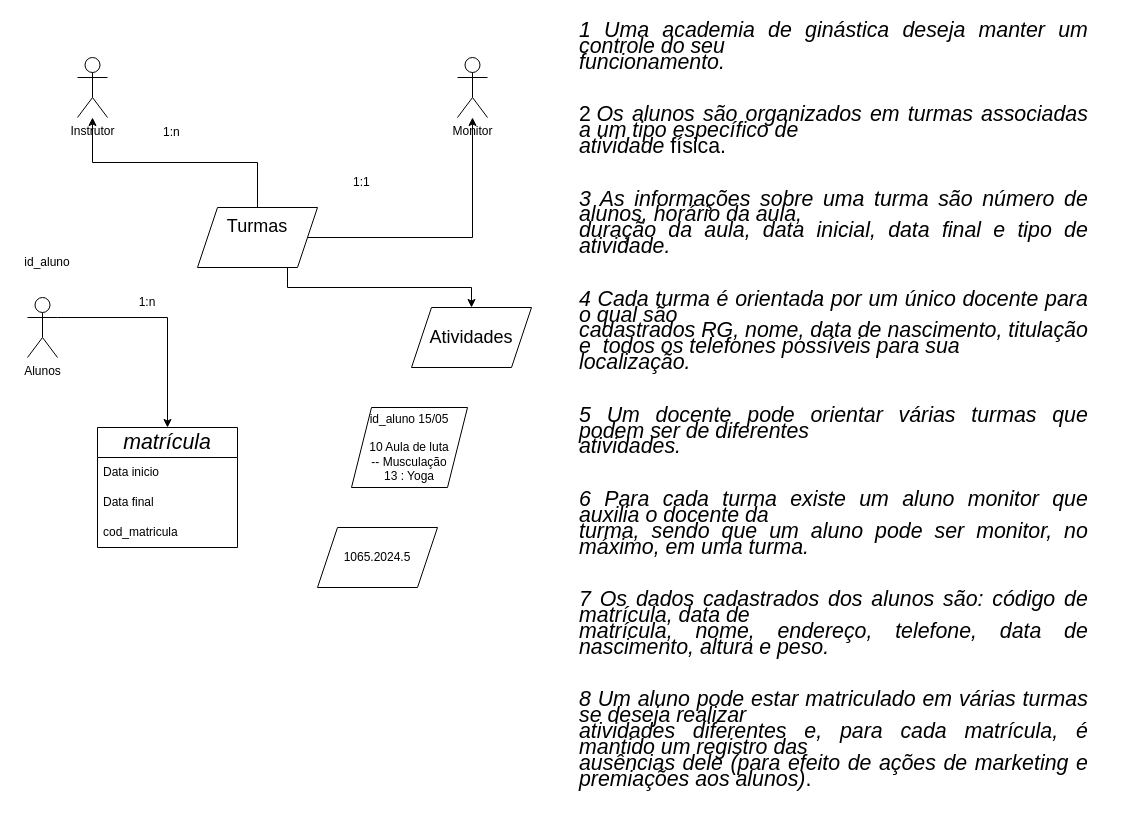
Manuelalviana/Diagramas_draw keeps this draw.io diagram as Diagrama sem nome.drawio. Above is the earlier version. Source tidied: cells renumbered, new cells numbered last; positions are measured from the earlier drawing's top-left corner, leaving out a move shared by most shapes. Both pictures are drawn from the tidied source at 100%, with x=0, y=0 at pixel (17, 17).
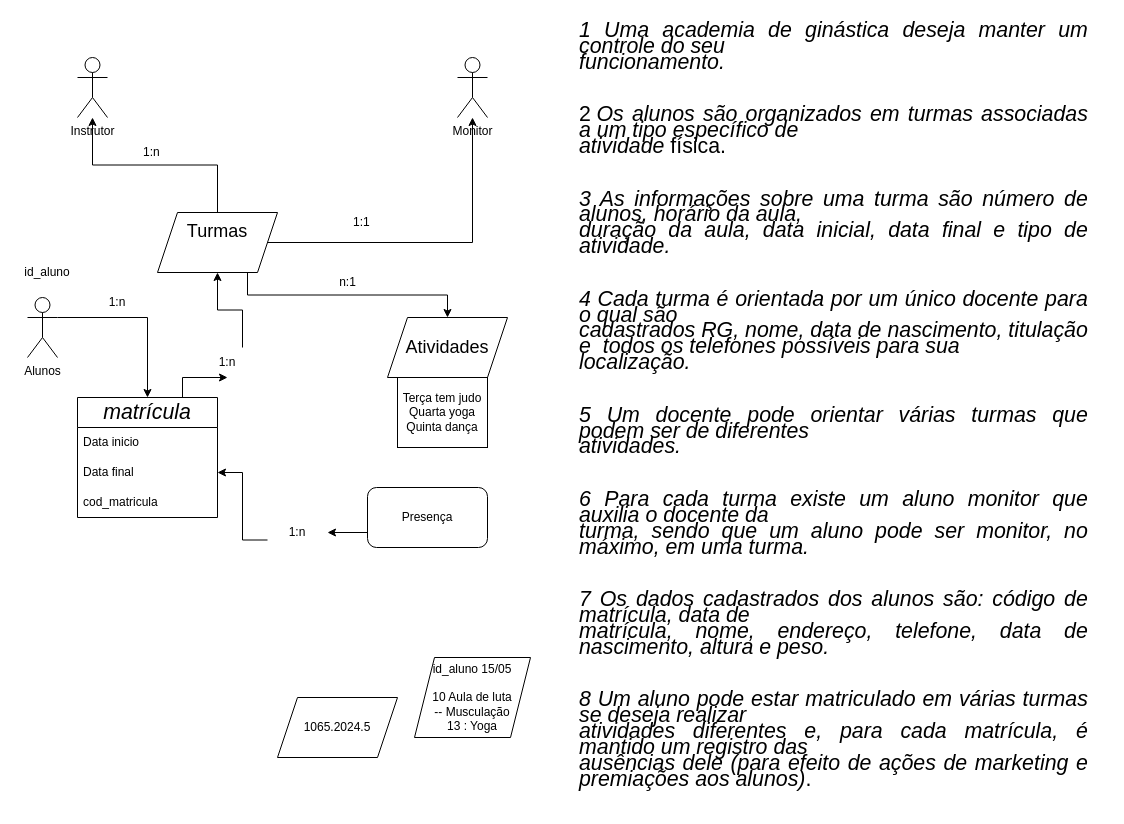
The same diagram, later.

The change refers to these unchanged cells:
```xml
<mxCell id="18" value="Data final" style="text;strokeColor=none;fillColor=none;align=left;verticalAlign=middle;spacingLeft=4;spacingRight=4;overflow=hidden;points=[[0,0.5],[1,0.5]];portConstraint=eastwest;whiteSpace=wrap;html=1;" parent="16" vertex="1">
  <mxGeometry y="60" width="140" height="30" as="geometry" />
</mxCell>
```

Change to the diagram source:
```diff
@@
     <mxCell id="7" value="&lt;font style=&quot;font-size: 18px;&quot;&gt;Turmas&lt;br&gt;&lt;br&gt;&lt;/font&gt;" style="shape=parallelogram;perimeter=parallelogramPerimeter;whiteSpace=wrap;html=1;fixedSize=1;" parent="1" vertex="1">
-      <mxGeometry x="180" y="190" width="120" height="60" as="geometry" />
+      <mxGeometry x="140" y="195" width="120" height="60" as="geometry" />
     </mxCell>
@@
     <mxCell id="10" value="&lt;font style=&quot;font-size: 18px;&quot;&gt;Atividades&lt;/font&gt;" style="shape=parallelogram;perimeter=parallelogramPerimeter;whiteSpace=wrap;html=1;fixedSize=1;" parent="1" vertex="1">
-      <mxGeometry x="394" y="290" width="120" height="60" as="geometry" />
+      <mxGeometry x="370" y="300" width="120" height="60" as="geometry" />
     </mxCell>
@@
     <mxCell id="12" value="1:n" style="text;strokeColor=none;fillColor=none;align=left;verticalAlign=middle;spacingLeft=4;spacingRight=4;overflow=hidden;whiteSpace=wrap;html=1;" parent="1" vertex="1">
-      <mxGeometry x="140" y="100" width="80" height="30" as="geometry" />
+      <mxGeometry x="120" y="120" width="80" height="30" as="geometry" />
     </mxCell>
     <mxCell id="13" value="1:1" style="text;strokeColor=none;fillColor=none;align=left;verticalAlign=middle;spacingLeft=4;spacingRight=4;overflow=hidden;whiteSpace=wrap;html=1;" parent="1" vertex="1">
-      <mxGeometry x="330" y="150" width="80" height="30" as="geometry" />
+      <mxGeometry x="330" y="190" width="80" height="30" as="geometry" />
     </mxCell>
     <mxCell id="14" value="1:n" style="text;html=1;align=center;verticalAlign=middle;whiteSpace=wrap;rounded=0;" parent="1" vertex="1">
-      <mxGeometry x="100" y="270" width="60" height="30" as="geometry" />
+      <mxGeometry x="70" y="270" width="60" height="30" as="geometry" />
     </mxCell>
     <mxCell id="15" value="id_aluno" style="text;html=1;align=center;verticalAlign=middle;whiteSpace=wrap;rounded=0;" parent="1" vertex="1">
-      <mxGeometry y="230" width="60" height="30" as="geometry" />
+      <mxGeometry y="240" width="60" height="30" as="geometry" />
     </mxCell>
+    <mxCell id="22" style="edgeStyle=orthogonalEdgeStyle;rounded=0;jettySize=auto;html=1;exitX=0.75;exitY=0;exitDx=0;exitDy=0;" parent="1" edge="1" source="26" target="7">
+      <mxGeometry relative="1" as="geometry" />
+    </mxCell>
     <mxCell id="16" value="&lt;span style=&quot;font-family: Calibri; font-size: 21.3333px; font-style: italic; text-align: justify;&quot;&gt;matrícula&lt;/span&gt;" style="swimlane;fontStyle=0;horizontal=1;startSize=30;whiteSpace=wrap;html=1;" parent="1" vertex="1">
-      <mxGeometry x="80" y="410" width="140" height="120" as="geometry" />
+      <mxGeometry x="60" y="380" width="140" height="120" as="geometry" />
     </mxCell>
@@
     <mxCell id="20" value="id_aluno 15/05&lt;div&gt;&lt;br&gt;10 Aula de luta&lt;br&gt;-- Musculação&lt;br&gt;13 : Yoga&lt;/div&gt;" style="shape=parallelogram;perimeter=parallelogramPerimeter;whiteSpace=wrap;html=1;fixedSize=1;" parent="1" vertex="1">
-      <mxGeometry x="334" y="390" width="116" height="80" as="geometry" />
+      <mxGeometry x="397" y="640" width="116" height="80" as="geometry" />
     </mxCell>
     <mxCell id="21" value="1065.2024.5" style="shape=parallelogram;perimeter=parallelogramPerimeter;whiteSpace=wrap;html=1;fixedSize=1;" parent="1" vertex="1">
-      <mxGeometry x="300" y="510" width="120" height="60" as="geometry" />
+      <mxGeometry x="260" y="680" width="120" height="60" as="geometry" />
     </mxCell>
+    <mxCell id="23" style="edgeStyle=orthogonalEdgeStyle;rounded=0;jettySize=auto;html=1;exitX=0;exitY=0.75;exitDx=0;exitDy=0;" parent="1" edge="1" source="28" target="18">
+      <mxGeometry relative="1" as="geometry" />
+    </mxCell>
+    <mxCell id="24" value="Presença" style="rounded=1;whiteSpace=wrap;html=1;" parent="1" vertex="1">
+      <mxGeometry x="350" y="470" width="120" height="60" as="geometry" />
+    </mxCell>
+    <mxCell id="25" style="edgeStyle=orthogonalEdgeStyle;rounded=0;jettySize=auto;html=1;exitX=0.75;exitY=0;exitDx=0;exitDy=0;" parent="1" edge="1" source="16" target="26">
+      <mxGeometry relative="1" as="geometry" />
+    </mxCell>
+    <mxCell id="26" value="1:n" style="text;html=1;align=center;verticalAlign=middle;whiteSpace=wrap;rounded=0;" parent="1" vertex="1">
+      <mxGeometry x="180" y="330" width="60" height="30" as="geometry" />
+    </mxCell>
+    <mxCell id="27" style="edgeStyle=orthogonalEdgeStyle;rounded=0;jettySize=auto;html=1;exitX=0;exitY=0.75;exitDx=0;exitDy=0;" parent="1" edge="1" source="24" target="28">
+      <mxGeometry relative="1" as="geometry" />
+    </mxCell>
+    <mxCell id="28" value="1:n" style="text;html=1;align=center;verticalAlign=middle;whiteSpace=wrap;rounded=0;" parent="1" vertex="1">
+      <mxGeometry x="250" y="500" width="60" height="30" as="geometry" />
+    </mxCell>
+    <mxCell id="29" value="Terça tem judo&lt;div&gt;Quarta yoga&lt;br&gt;Quinta dança&lt;/div&gt;" style="rounded=0;whiteSpace=wrap;html=1;" parent="1" vertex="1">
+      <mxGeometry x="380" y="360" width="90" height="70" as="geometry" />
+    </mxCell>
+    <mxCell id="30" value="n:1" style="text;html=1;align=center;verticalAlign=middle;strokeColor=none;fillColor=none;" parent="1" vertex="1">
+      <mxGeometry x="310" y="250" width="40" height="30" as="geometry" />
+    </mxCell>
```
